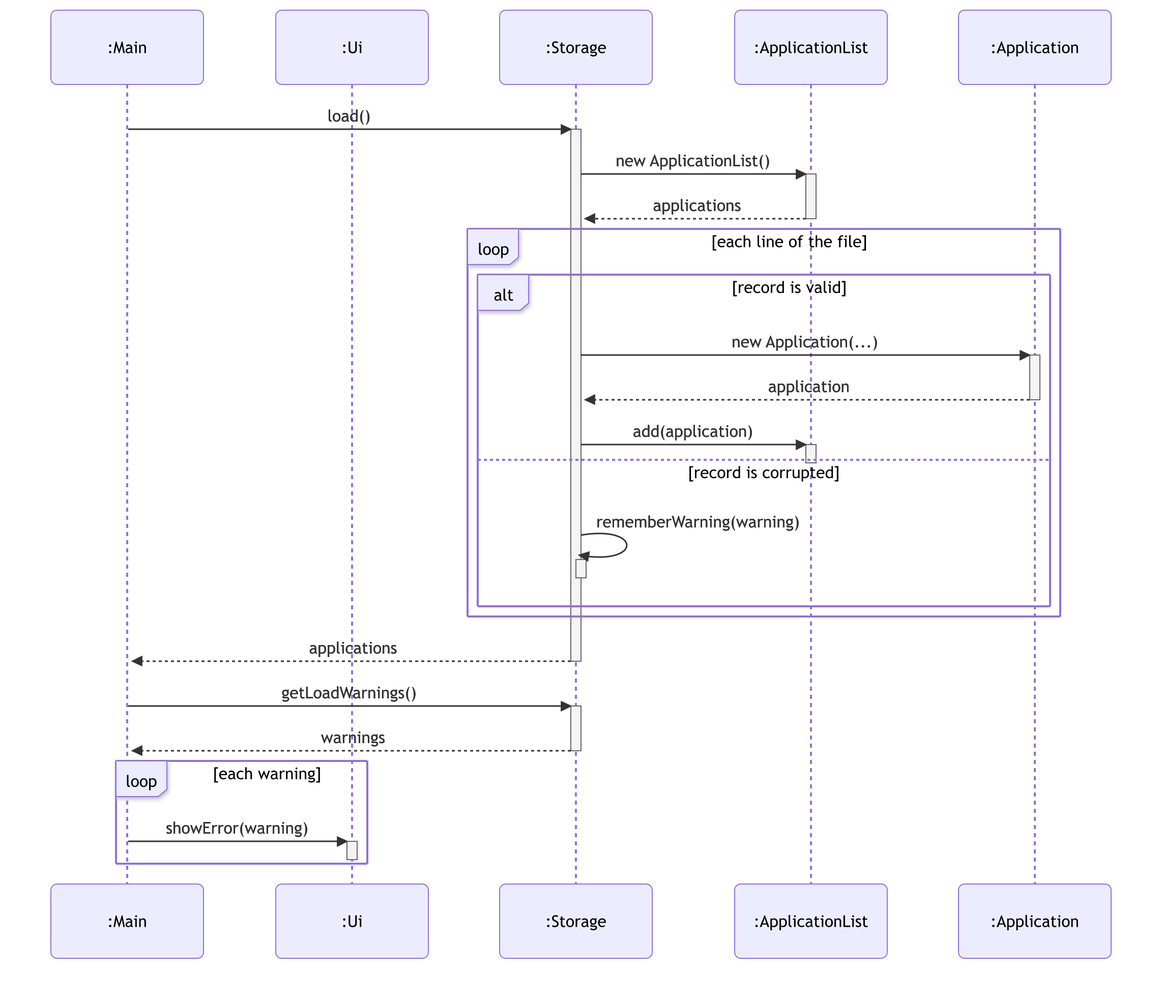
This is docs/diagrams/storage-load-sequence.png from AY2627S1-CS2113-T10-2/tp, a Mermaid export, as it was before one commit. Its source is kept beside it as docs/diagrams/sources/storage-load-sequence.mmd.
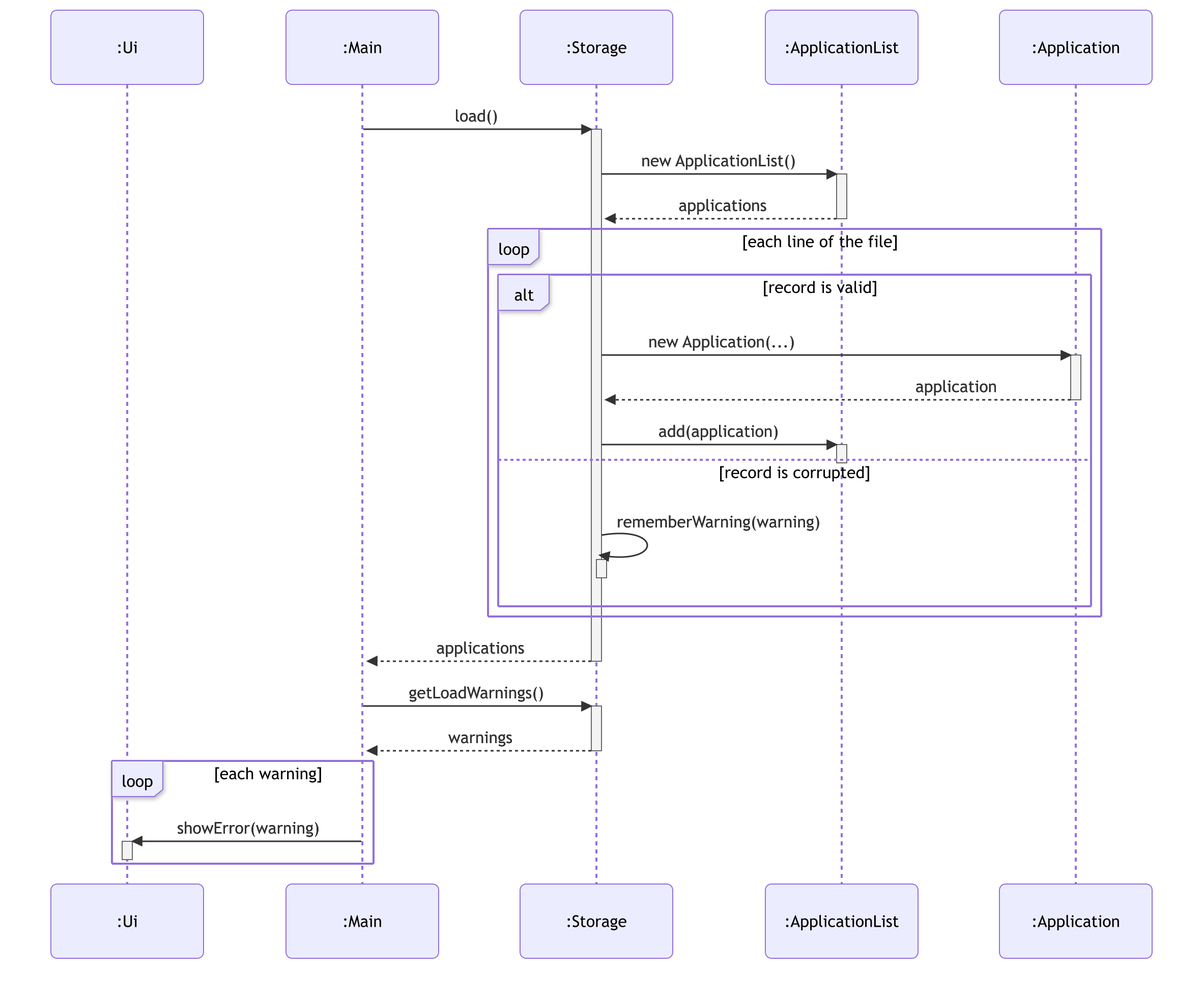
After the commit.

Change to the diagram source:
```diff
@@ -1,7 +1,8 @@
-%%{init: {'theme': 'default', 'sequence': {'actorMargin': 70, 'messageMargin': 45}}}%%
+%%{init: {'theme': 'default', 'sequence': {'actorMargin': 85, 'messageMargin': 45}}}%%
+%%{init: {'theme': 'default', 'sequence': {'actorMargin': 80, 'messageMargin': 45}}}%%
 sequenceDiagram
+    participant ui as :Ui
     participant main as :Main
-    participant ui as :Ui
     participant storage as :Storage
     participant list as :ApplicationList
     participant app as :Application
```
